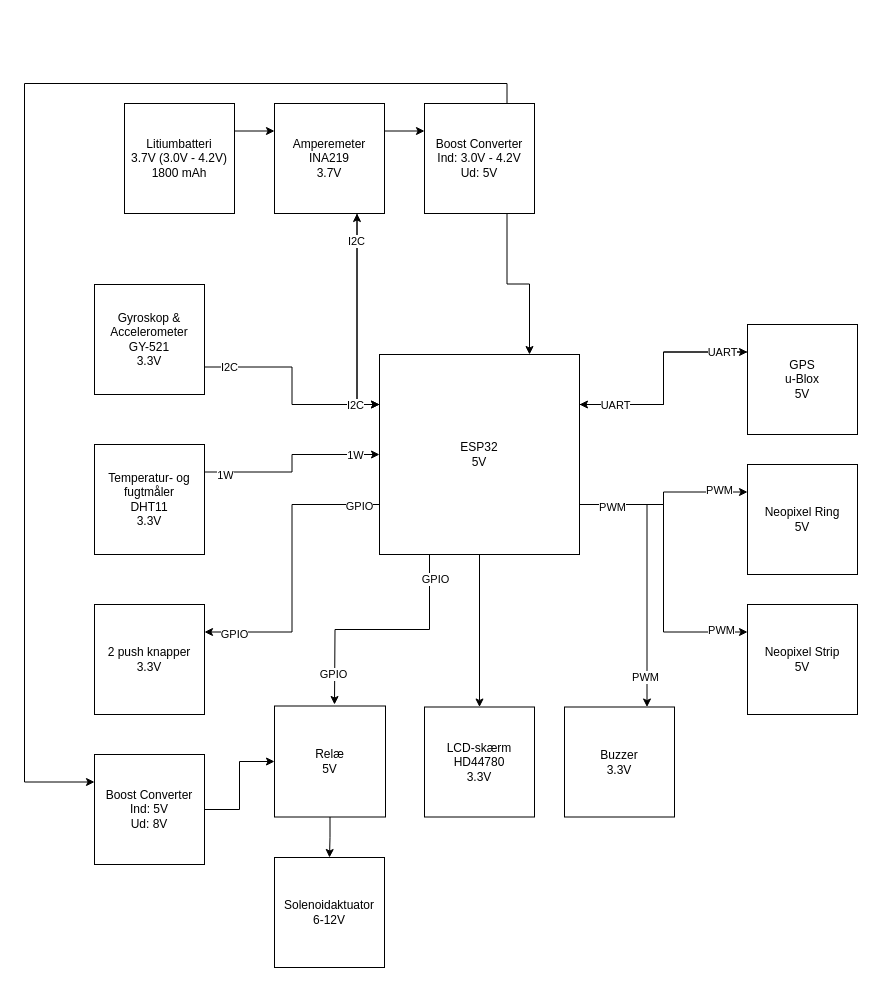
Before: Blokdiagram/Blokdiagram.drawio in KEA-E24-B9-IOT1/E24-B9-IoT1, a draw.io diagram. Source tidied: cells renumbered, new cells numbered last; positions are measured from the earlier drawing's top-left corner, leaving out a move shared by most shapes. Both pictures are drawn from the tidied source at 100%, with x=0, y=0 at pixel (24, 83).
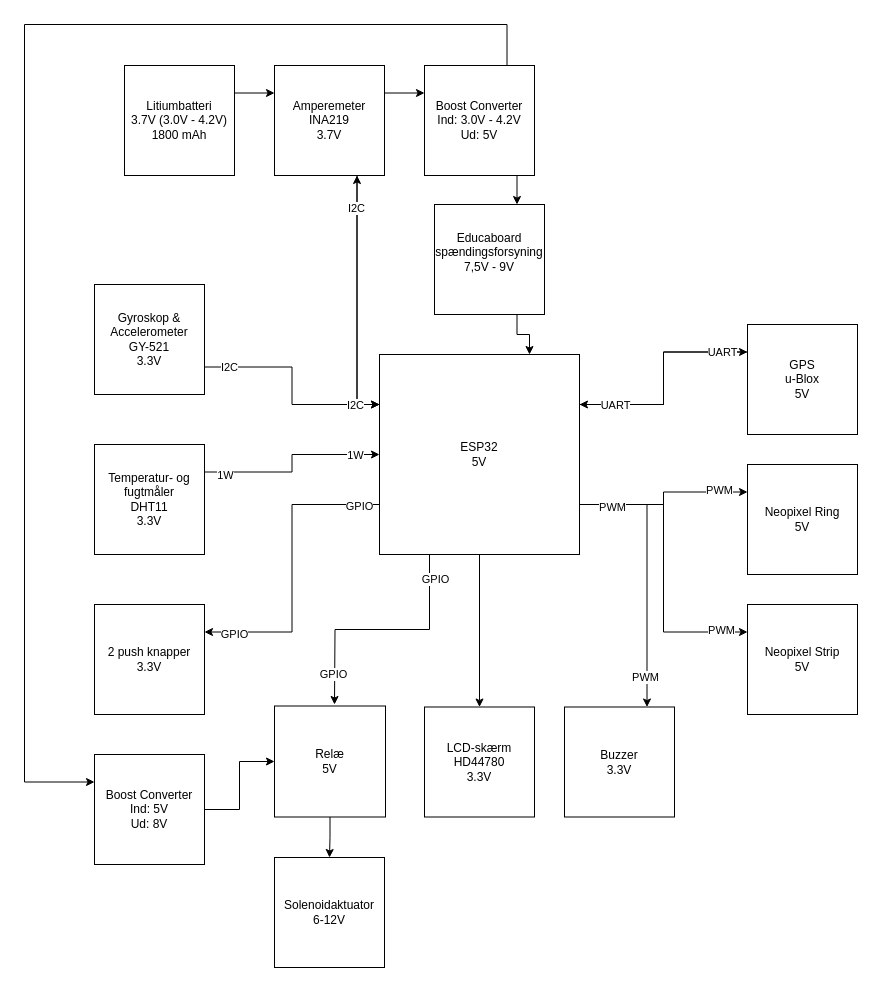
The same page after the edit.

Commit message:
Added educaboard psu

Unchanged cells that the change refers to:
```xml
<mxCell id="27" value="&lt;div&gt;ESP32&lt;/div&gt;&lt;div&gt;&lt;span style=&quot;background-color: initial;&quot;&gt;5V&lt;/span&gt;&lt;/div&gt;" style="whiteSpace=wrap;html=1;" parent="1" vertex="1">
  <mxGeometry x="355" y="271" width="200" height="200" as="geometry" />
</mxCell>
<mxCell id="47" value="&lt;div&gt;Boost Converter&lt;/div&gt;&lt;div&gt;Ind: 5V&lt;br&gt;&lt;/div&gt;&lt;div&gt;Ud: 8V&lt;br&gt;&lt;/div&gt;" style="whiteSpace=wrap;html=1;" parent="1" vertex="1">
  <mxGeometry x="70" y="671" width="110" height="110" as="geometry" />
</mxCell>
```

Change to the diagram source:
```diff
@@
     <mxCell id="3" value="&lt;div&gt;Litiumbatteri&lt;/div&gt;&lt;div&gt;3.7V (3.0V - 4.2V)&lt;/div&gt;&lt;div&gt;1800 mAh&lt;br&gt;&lt;/div&gt;" style="whiteSpace=wrap;html=1;" parent="1" vertex="1">
-      <mxGeometry x="100" y="20" width="110" height="110" as="geometry" />
+      <mxGeometry x="100" y="-18" width="110" height="110" as="geometry" />
     </mxCell>
@@
     <mxCell id="6" value="&lt;div&gt;Amperemeter&lt;br&gt;&lt;/div&gt;&lt;div&gt;INA219&lt;/div&gt;3.7V" style="whiteSpace=wrap;html=1;" parent="1" vertex="1">
-      <mxGeometry x="250" y="20" width="110" height="110" as="geometry" />
+      <mxGeometry x="250" y="-18" width="110" height="110" as="geometry" />
     </mxCell>
-    <mxCell id="7" style="edgeStyle=orthogonalEdgeStyle;rounded=0;jettySize=auto;html=1;exitX=0.75;exitY=1;exitDx=0;exitDy=0;entryX=0.75;entryY=0;entryDx=0;entryDy=0;" parent="1" edge="1" source="9" target="27">
-      <mxGeometry relative="1" as="geometry" />
+    <mxCell id="7" value="&lt;div&gt;&lt;br&gt;&lt;/div&gt;&lt;div&gt;&lt;br&gt;&lt;/div&gt;" style="edgeStyle=orthogonalEdgeStyle;rounded=0;jettySize=auto;html=1;exitX=0.75;exitY=1;exitDx=0;exitDy=0;entryX=0.75;entryY=0;entryDx=0;entryDy=0;" parent="1" edge="1" source="51" target="27">
+      <mxGeometry x="-0.18" relative="1" as="geometry" />
     </mxCell>
     <mxCell id="8" style="edgeStyle=orthogonalEdgeStyle;rounded=0;jettySize=auto;html=1;exitX=0.75;exitY=0;exitDx=0;exitDy=0;entryX=0;entryY=0.25;entryDx=0;entryDy=0;" parent="1" edge="1" source="9" target="47">
       <mxGeometry relative="1" as="geometry">
         <Array as="points">
-          <mxPoint x="483" />
-          <mxPoint />
+          <mxPoint x="483" y="-59" />
+          <mxPoint y="-59" />
           <mxPoint y="699" />
         </Array>
       </mxGeometry>
     </mxCell>
     <mxCell id="9" value="&lt;div&gt;Boost Converter&lt;/div&gt;&lt;div&gt;Ind: 3.0V - 4.2V&lt;/div&gt;&lt;div&gt;Ud: 5V&lt;br&gt;&lt;/div&gt;" style="whiteSpace=wrap;html=1;" parent="1" vertex="1">
-      <mxGeometry x="400" y="20" width="110" height="110" as="geometry" />
+      <mxGeometry x="400" y="-18" width="110" height="110" as="geometry" />
     </mxCell>
@@
+    <mxCell id="50" style="edgeStyle=orthogonalEdgeStyle;rounded=0;jettySize=auto;html=1;exitX=0.75;exitY=1;exitDx=0;exitDy=0;entryX=0.75;entryY=0;entryDx=0;entryDy=0;" parent="1" edge="1" source="9" target="51">
+      <mxGeometry relative="1" as="geometry" />
+    </mxCell>
+    <mxCell id="51" value="Educaboard spændingsforsyning&lt;div&gt;7,5V - 9V&lt;div&gt;&lt;br&gt;&lt;/div&gt;&lt;/div&gt;" style="whiteSpace=wrap;html=1;" parent="1" vertex="1">
+      <mxGeometry x="410" y="121" width="110" height="110" as="geometry" />
+    </mxCell>
```
